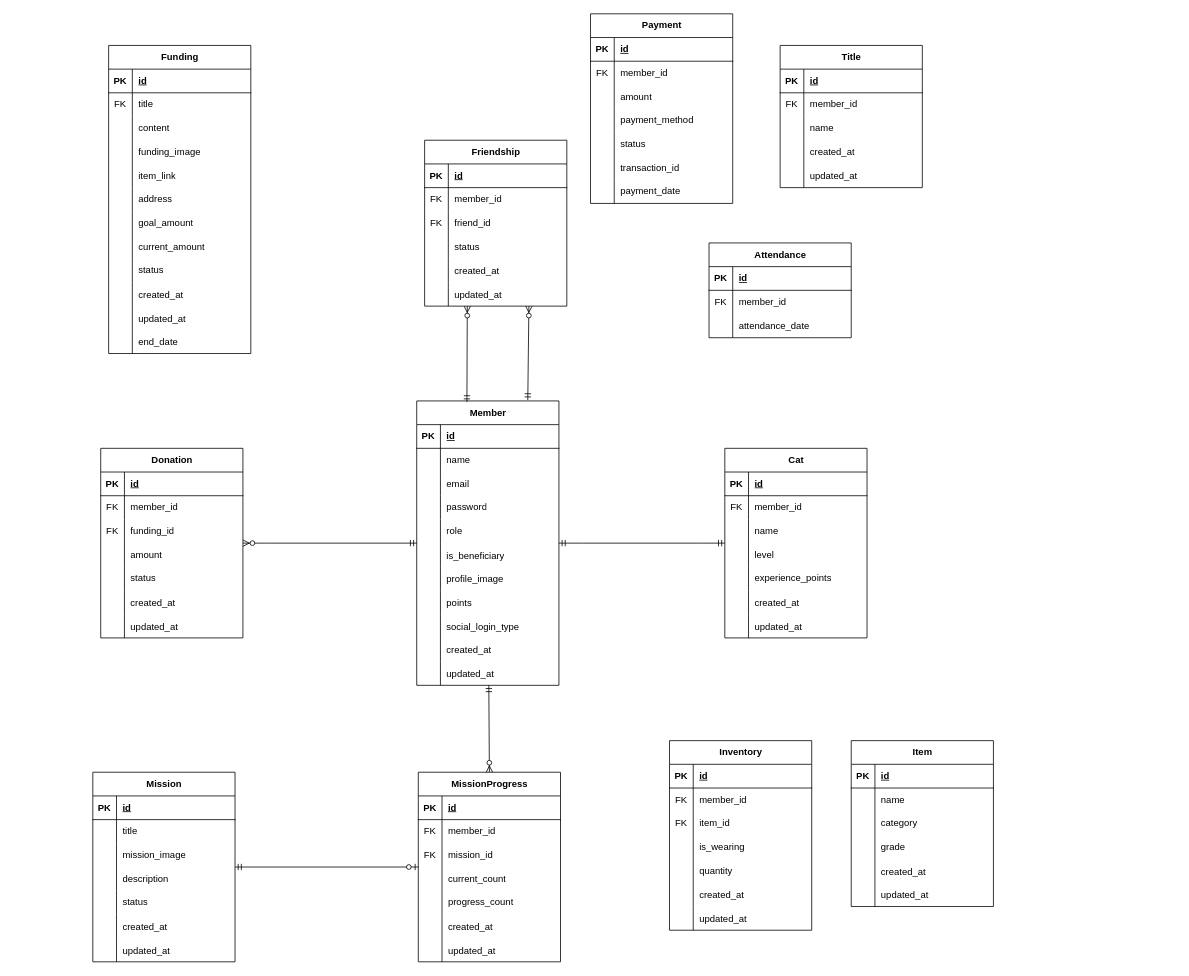
Above: ChaeumERD.drawio in 2025-Advanced-Capstone-Chaeum/ERD (draw.io), before the change. Source tidied: cells renumbered, new cells numbered last; positions are measured from the earlier drawing's top-left corner, leaving out a move shared by most shapes. Both pictures are drawn from the tidied source at 79%, with x=0, y=0 at pixel (92, 13).
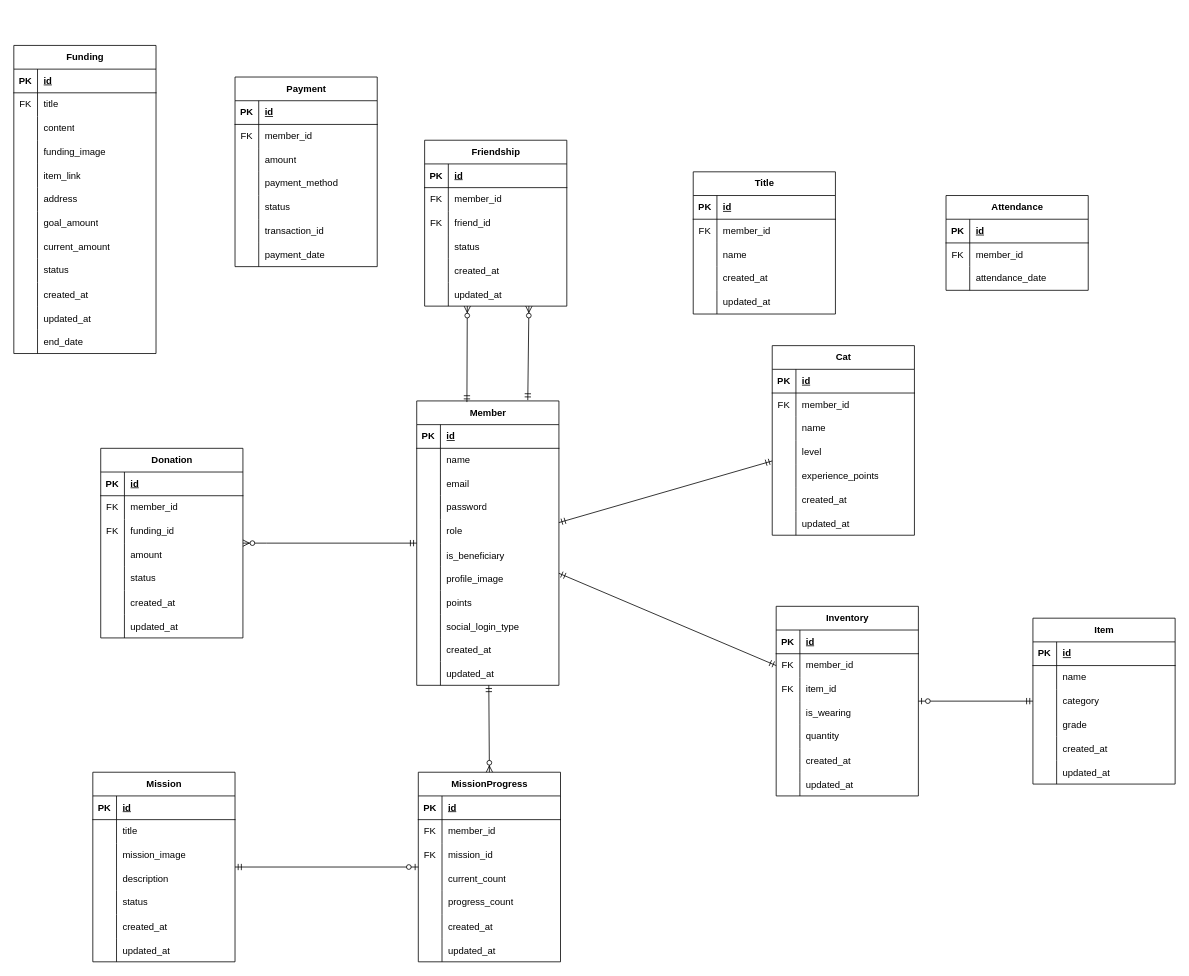
The same diagram, later.

Commit message:
docs(ERD): Item 테이블 연관관계 정리

Unchanged cells that the change refers to:
```xml
<mxCell id="2" value="Member" style="shape=table;startSize=30;childLayout=tableLayout;rowLines=0;fontStyle=1;align=center;html=1;" parent="1" vertex="1">
  <mxGeometry x="410" y="490" width="180" height="360" as="geometry" />
</mxCell>
<mxCell id="129" style="shape=tableRow;horizontal=0;startSize=0;swimlaneHead=0;swimlaneBody=0;fillColor=none;points=[[0,0.5],[1,0.5]];portConstraint=eastwest;top=0;left=0;right=0;bottom=0;" parent="125" vertex="1">
  <mxGeometry y="60" width="180" height="30" as="geometry" />
</mxCell>
```

The edit, as a diff of the source:
```diff
@@
     <mxCell id="81" value="Cat" style="shape=table;startSize=30;childLayout=tableLayout;rowLines=0;fontStyle=1;align=center;html=1;" parent="1" vertex="1">
-      <mxGeometry x="800" y="550" width="180" height="240" as="geometry" />
+      <mxGeometry x="860" y="420" width="180" height="240" as="geometry" />
     </mxCell>
@@
     <mxCell id="125" value="Inventory" style="shape=table;startSize=30;childLayout=tableLayout;rowLines=0;fontStyle=1;align=center;html=1;" parent="1" vertex="1">
-      <mxGeometry x="730" y="920" width="180" height="240" as="geometry" />
+      <mxGeometry x="865" y="750" width="180" height="240" as="geometry" />
     </mxCell>
@@
     <mxCell id="169" value="Item" style="shape=table;startSize=30;childLayout=tableLayout;rowLines=0;fontStyle=1;align=center;html=1;" parent="1" vertex="1">
-      <mxGeometry x="960" y="920" width="180" height="210" as="geometry" />
+      <mxGeometry x="1190" y="765" width="180" height="210" as="geometry" />
     </mxCell>
@@
     <mxCell id="188" value="Attendance" style="shape=table;startSize=30;childLayout=tableLayout;rowLines=0;fontStyle=1;align=center;html=1;" parent="1" vertex="1">
-      <mxGeometry x="780" y="290" width="180" height="120" as="geometry" />
+      <mxGeometry x="1080" y="230" width="180" height="120" as="geometry" />
     </mxCell>
@@
     <mxCell id="198" value="Funding" style="shape=table;startSize=30;childLayout=tableLayout;rowLines=0;fontStyle=1;align=center;html=1;" parent="1" vertex="1">
-      <mxGeometry x="20" y="40" width="180" height="390" as="geometry" />
+      <mxGeometry x="-100" y="40" width="180" height="390" as="geometry" />
     </mxCell>
@@
     <mxCell id="235" value="Payment" style="shape=table;startSize=30;childLayout=tableLayout;rowLines=0;fontStyle=1;align=center;html=1;" parent="1" vertex="1">
-      <mxGeometry x="630" width="180" height="240" as="geometry" />
+      <mxGeometry x="180" y="80" width="180" height="240" as="geometry" />
     </mxCell>
@@
     <mxCell id="257" value="Title" style="shape=table;startSize=30;childLayout=tableLayout;rowLines=0;fontStyle=1;align=center;html=1;" parent="1" vertex="1">
-      <mxGeometry x="870" y="40" width="180" height="180" as="geometry" />
+      <mxGeometry x="760" y="200" width="180" height="180" as="geometry" />
     </mxCell>
@@
-    <mxCell id="273" style="edgeStyle=entityRelationEdgeStyle;fontSize=12;html=1;endArrow=ERmandOne;startArrow=ERmandOne;rounded=0;" parent="1" edge="1" source="2" target="81">
+    <mxCell id="273" style="fontSize=12;html=1;endArrow=ERmandOne;startArrow=ERmandOne;rounded=0;" parent="1" edge="1" source="2" target="81">
       <mxGeometry relative="1" as="geometry" />
     </mxCell>
@@
+    <mxCell id="276" style="fontSize=12;html=1;endArrow=ERmandOne;startArrow=ERmandOne;rounded=0;entryX=0;entryY=0.5;entryDx=0;entryDy=0;" parent="1" edge="1" source="2" target="129">
+      <mxGeometry relative="1" as="geometry" />
+    </mxCell>
+    <mxCell id="277" style="fontSize=12;html=1;endArrow=ERzeroToOne;startArrow=ERmandOne;rounded=0;" parent="1" edge="1" source="169" target="125">
+      <mxGeometry relative="1" as="geometry" />
+    </mxCell>
```
